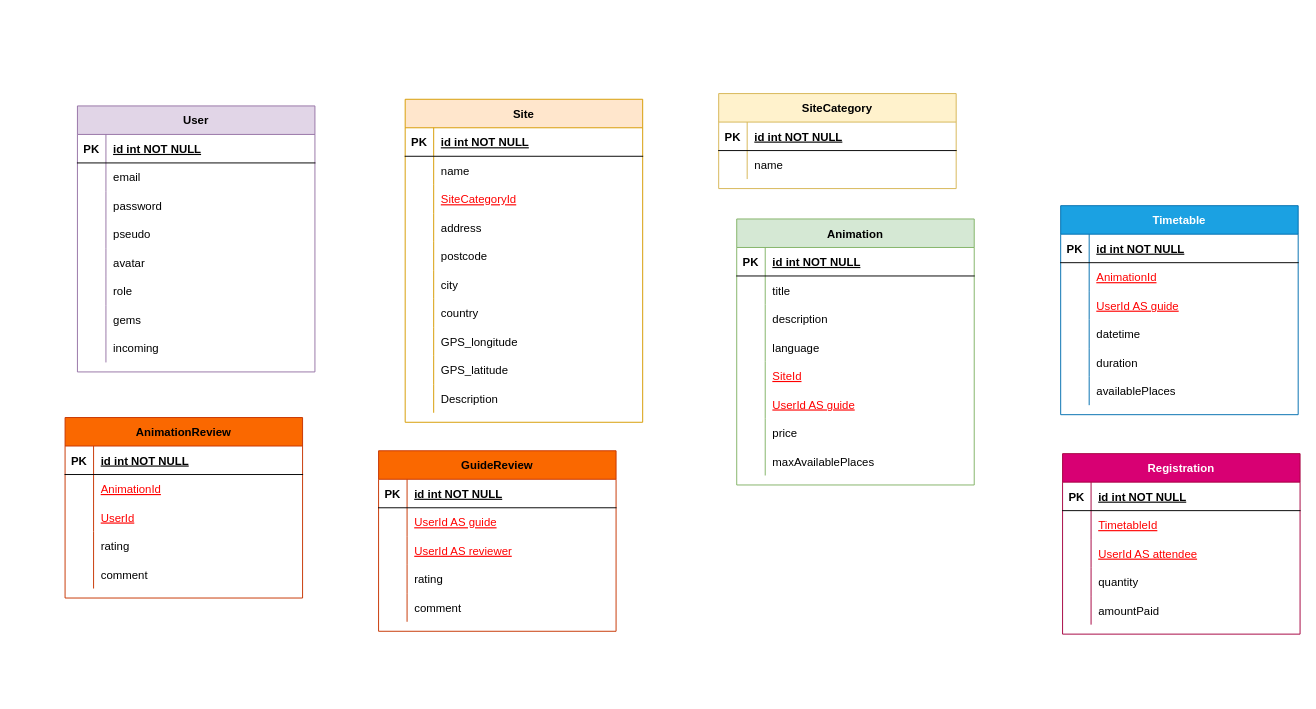
Above: ressources/Untitled Diagram.drawio in DuboisCecile/Checkpoint-4-front (draw.io), before the change. Source tidied: cells renumbered, new cells numbered last; positions are measured from the earlier drawing's top-left corner, leaving out a move shared by most shapes. Both pictures are drawn from the tidied source at 95%, with x=0, y=0 at pixel (65, 93).
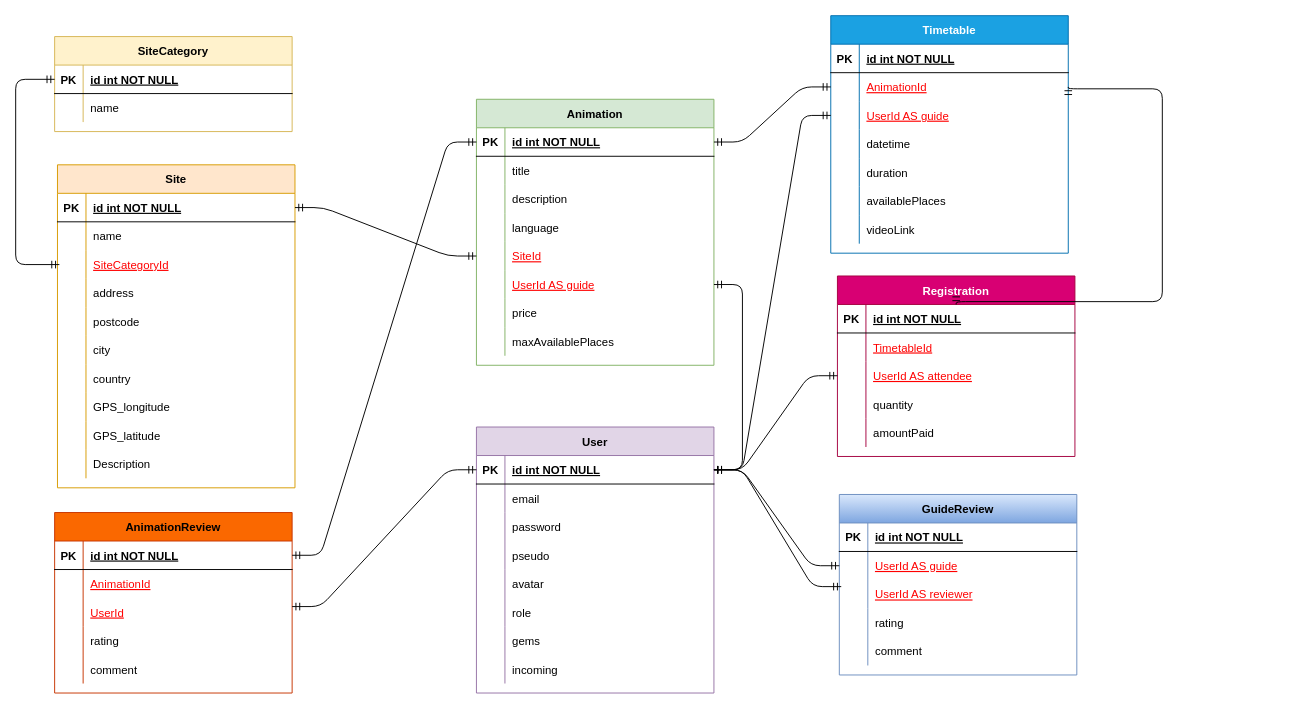
The same page after the edit.

Commit message:
Added links between tables

Unchanged cells that the change refers to:
```xml
<mxCell id="3" style="shape=partialRectangle;fillColor=none;points=[[0,0.5],[1,0.5]];portConstraint=eastwest;top=0;left=0;right=0;bottom=1;" parent="2" vertex="1">
  <mxGeometry y="30" width="250" height="30" as="geometry" />
</mxCell>
<mxCell id="28" style="shape=partialRectangle;fillColor=none;points=[[0,0.5],[1,0.5]];portConstraint=eastwest;top=0;left=0;right=0;bottom=1;" parent="27" vertex="1">
  <mxGeometry y="30" width="250" height="30" as="geometry" />
</mxCell>
<mxCell id="34" style="shape=partialRectangle;fillColor=none;top=0;left=0;bottom=0;right=0;points=[[0,0.5],[1,0.5]];portConstraint=eastwest;" parent="27" vertex="1">
  <mxGeometry y="90" width="250" height="30" as="geometry" />
</mxCell>
<mxCell id="59" style="shape=partialRectangle;fillColor=none;points=[[0,0.5],[1,0.5]];portConstraint=eastwest;top=0;left=0;right=0;bottom=1;" parent="58" vertex="1">
  <mxGeometry y="30" width="250" height="30" as="geometry" />
</mxCell>
<mxCell id="66" style="shape=partialRectangle;fillColor=none;points=[[0,0.5],[1,0.5]];portConstraint=eastwest;top=0;left=0;right=0;bottom=1;" parent="65" vertex="1">
  <mxGeometry y="30" width="250" height="30" as="geometry" />
</mxCell>
<mxCell id="78" style="shape=partialRectangle;fillColor=none;top=0;left=0;bottom=0;right=0;points=[[0,0.5],[1,0.5]];portConstraint=eastwest;" parent="65" vertex="1">
  <mxGeometry y="150" width="250" height="30" as="geometry" />
</mxCell>
<mxCell id="81" style="shape=partialRectangle;fillColor=none;top=0;left=0;bottom=0;right=0;points=[[0,0.5],[1,0.5]];portConstraint=eastwest;" parent="65" vertex="1">
  <mxGeometry y="180" width="250" height="30" as="geometry" />
</mxCell>
<mxCell id="94" style="shape=partialRectangle;fillColor=none;top=0;left=0;bottom=0;right=0;points=[[0,0.5],[1,0.5]];portConstraint=eastwest;" parent="90" vertex="1">
  <mxGeometry y="60" width="250" height="30" as="geometry" />
</mxCell>
<mxCell id="97" style="shape=partialRectangle;fillColor=none;top=0;left=0;bottom=0;right=0;points=[[0,0.5],[1,0.5]];portConstraint=eastwest;" parent="90" vertex="1">
  <mxGeometry y="90" width="250" height="30" as="geometry" />
</mxCell>
<mxCell id="110" style="shape=partialRectangle;fillColor=none;points=[[0,0.5],[1,0.5]];portConstraint=eastwest;top=0;left=0;right=0;bottom=1;" parent="109" vertex="1">
  <mxGeometry y="30" width="250" height="30" as="geometry" />
</mxCell>
<mxCell id="116" style="shape=partialRectangle;fillColor=none;top=0;left=0;bottom=0;right=0;points=[[0,0.5],[1,0.5]];portConstraint=eastwest;" parent="109" vertex="1">
  <mxGeometry y="90" width="250" height="30" as="geometry" />
</mxCell>
<mxCell id="126" style="shape=partialRectangle;fillColor=none;points=[[0,0.5],[1,0.5]];portConstraint=eastwest;top=0;left=0;right=0;bottom=1;" parent="125" vertex="1">
  <mxGeometry y="30" width="250" height="30" as="geometry" />
</mxCell>
<mxCell id="132" style="shape=partialRectangle;fillColor=none;top=0;left=0;bottom=0;right=0;points=[[0,0.5],[1,0.5]];portConstraint=eastwest;" parent="125" vertex="1">
  <mxGeometry y="90" width="250" height="30" as="geometry" />
</mxCell>
<mxCell id="145" style="shape=partialRectangle;fillColor=none;top=0;left=0;bottom=0;right=0;points=[[0,0.5],[1,0.5]];portConstraint=eastwest;" parent="141" vertex="1">
  <mxGeometry y="60" width="250" height="30" as="geometry" />
</mxCell>
<mxCell id="148" style="shape=partialRectangle;fillColor=none;top=0;left=0;bottom=0;right=0;points=[[0,0.5],[1,0.5]];portConstraint=eastwest;" parent="141" vertex="1">
  <mxGeometry y="90" width="250" height="30" as="geometry" />
</mxCell>
```

What changed in the source:
```diff
@@
     <mxCell id="2" value="User" style="shape=table;startSize=30;childLayout=tableLayout;rowLines=0;fontStyle=1;align=center;fillColor=#e1d5e7;strokeColor=#9673a6;" parent="1" vertex="1">
-      <mxGeometry x="13" y="13" width="250" height="280" as="geometry" />
+      <mxGeometry x="433" y="351" width="250" height="280" as="geometry" />
     </mxCell>
@@
     <mxCell id="27" value="Site" style="shape=table;startSize=30;childLayout=tableLayout;rowLines=0;fontStyle=1;align=center;fillColor=#ffe6cc;strokeColor=#d79b00;" parent="1" vertex="1">
-      <mxGeometry x="358" y="6" width="250" height="340" as="geometry" />
+      <mxGeometry x="-8" y="75" width="250" height="340" as="geometry" />
     </mxCell>
@@
     <mxCell id="58" value="SiteCategory" style="shape=table;startSize=30;childLayout=tableLayout;rowLines=0;fontStyle=1;align=center;fillColor=#fff2cc;strokeColor=#d6b656;" parent="1" vertex="1">
-      <mxGeometry x="688" width="250" height="100" as="geometry" />
+      <mxGeometry x="-11" y="-60" width="250" height="100" as="geometry" />
     </mxCell>
@@
     <mxCell id="65" value="Animation" style="shape=table;startSize=30;childLayout=tableLayout;rowLines=0;fontStyle=1;align=center;fillColor=#d5e8d4;strokeColor=#82b366;" parent="1" vertex="1">
-      <mxGeometry x="707" y="132" width="250" height="280" as="geometry" />
+      <mxGeometry x="433" y="6" width="250" height="280" as="geometry" />
     </mxCell>
@@
     <mxCell id="90" value="Timetable" style="shape=table;startSize=30;childLayout=tableLayout;rowLines=0;fontStyle=1;align=center;fillColor=#1ba1e2;strokeColor=#006EAF;fontColor=#ffffff;" parent="1" vertex="1">
-      <mxGeometry x="1048" y="118" width="250" height="220" as="geometry" />
+      <mxGeometry x="806" y="-82" width="250" height="250" as="geometry" />
     </mxCell>
@@
+    <mxCell id="157" style="shape=partialRectangle;fillColor=none;top=0;left=0;bottom=0;right=0;" parent="90" vertex="1">
+      <mxGeometry y="210" width="250" height="30" as="geometry" />
+    </mxCell>
+    <mxCell id="158" style="shape=partialRectangle;fillColor=none;top=0;left=0;bottom=0;right=0;overflow=hidden;" parent="157" vertex="1">
+      <mxGeometry width="30" height="30" as="geometry" />
+    </mxCell>
+    <mxCell id="159" value="videoLink" style="shape=partialRectangle;fillColor=none;top=0;left=0;bottom=0;right=0;align=left;spacingLeft=6;overflow=hidden;" parent="157" vertex="1">
+      <mxGeometry x="30" width="220" height="30" as="geometry" />
+    </mxCell>
     <mxCell id="109" value="Registration" style="shape=table;startSize=30;childLayout=tableLayout;rowLines=0;fontStyle=1;align=center;fillColor=#d80073;strokeColor=#A50040;fontColor=#ffffff;" parent="1" vertex="1">
-      <mxGeometry x="1050" y="379" width="250" height="190" as="geometry" />
+      <mxGeometry x="813" y="192" width="250" height="190" as="geometry" />
     </mxCell>
@@
     <mxCell id="125" value="AnimationReview" style="shape=table;startSize=30;childLayout=tableLayout;rowLines=0;fontStyle=1;align=center;fillColor=#fa6800;strokeColor=#C73500;fontColor=#000000;" parent="1" vertex="1">
-      <mxGeometry y="341" width="250" height="190" as="geometry" />
+      <mxGeometry x="-11" y="441" width="250" height="190" as="geometry" />
     </mxCell>
@@
-    <mxCell id="141" value="GuideReview" style="shape=table;startSize=30;childLayout=tableLayout;rowLines=0;fontStyle=1;align=center;fillColor=#fa6800;strokeColor=#C73500;fontColor=#000000;" parent="1" vertex="1">
-      <mxGeometry x="330" y="376" width="250" height="190" as="geometry" />
+    <mxCell id="141" value="GuideReview" style="shape=table;startSize=30;childLayout=tableLayout;rowLines=0;fontStyle=1;align=center;fillColor=#dae8fc;strokeColor=#6c8ebf;gradientColor=#7ea6e0;" parent="1" vertex="1">
+      <mxGeometry x="815" y="422" width="250" height="190" as="geometry" />
     </mxCell>
@@
+    <mxCell id="160" style="edgeStyle=orthogonalEdgeStyle;fontSize=12;html=1;endArrow=ERmandOne;startArrow=ERmandOne;fontColor=#FF0000;entryX=0.008;entryY=0.5;entryDx=0;entryDy=0;entryPerimeter=0;exitX=0;exitY=0.5;exitDx=0;exitDy=0;" parent="1" edge="1" source="59" target="34">
+      <mxGeometry relative="1" as="geometry">
+        <Array as="points">
+          <mxPoint x="-52" y="-15" />
+          <mxPoint x="-52" y="180" />
+        </Array>
+      </mxGeometry>
+    </mxCell>
+    <mxCell id="161" style="edgeStyle=entityRelationEdgeStyle;fontSize=12;html=1;endArrow=ERmandOne;startArrow=ERmandOne;fontColor=#FF0000;" parent="1" edge="1" source="78" target="28">
+      <mxGeometry relative="1" as="geometry" />
+    </mxCell>
+    <mxCell id="162" style="edgeStyle=entityRelationEdgeStyle;fontSize=12;html=1;endArrow=ERmandOne;startArrow=ERmandOne;fontColor=#FF0000;" parent="1" edge="1" source="81" target="3">
+      <mxGeometry relative="1" as="geometry" />
+    </mxCell>
+    <mxCell id="163" style="edgeStyle=entityRelationEdgeStyle;fontSize=12;html=1;endArrow=ERmandOne;startArrow=ERmandOne;fontColor=#FF0000;exitX=1;exitY=0.3;exitDx=0;exitDy=0;exitPerimeter=0;" parent="1" edge="1" source="132" target="3">
+      <mxGeometry relative="1" as="geometry" />
+    </mxCell>
+    <mxCell id="164" style="edgeStyle=entityRelationEdgeStyle;fontSize=12;html=1;endArrow=ERmandOne;startArrow=ERmandOne;fontColor=#FF0000;entryX=0;entryY=0.5;entryDx=0;entryDy=0;" parent="1" edge="1" source="3" target="145">
+      <mxGeometry relative="1" as="geometry" />
+    </mxCell>
+    <mxCell id="165" style="edgeStyle=entityRelationEdgeStyle;fontSize=12;html=1;endArrow=ERmandOne;startArrow=ERmandOne;fontColor=#FF0000;entryX=0.008;entryY=0.233;entryDx=0;entryDy=0;entryPerimeter=0;exitX=1;exitY=0.5;exitDx=0;exitDy=0;" parent="1" edge="1" source="3" target="148">
+      <mxGeometry relative="1" as="geometry" />
+    </mxCell>
+    <mxCell id="166" style="edgeStyle=entityRelationEdgeStyle;fontSize=12;html=1;endArrow=ERmandOne;startArrow=ERmandOne;fontColor=#FF0000;" parent="1" edge="1" source="126" target="66">
+      <mxGeometry relative="1" as="geometry" />
+    </mxCell>
+    <mxCell id="167" style="edgeStyle=entityRelationEdgeStyle;fontSize=12;html=1;endArrow=ERmandOne;startArrow=ERmandOne;fontColor=#FF0000;exitX=1;exitY=0.5;exitDx=0;exitDy=0;entryX=0;entryY=0.5;entryDx=0;entryDy=0;" parent="1" edge="1" source="66" target="94">
+      <mxGeometry relative="1" as="geometry" />
+    </mxCell>
+    <mxCell id="168" style="edgeStyle=entityRelationEdgeStyle;fontSize=12;html=1;endArrow=ERmandOne;startArrow=ERmandOne;fontColor=#FF0000;" parent="1" edge="1" source="3" target="97">
+      <mxGeometry relative="1" as="geometry" />
+    </mxCell>
+    <mxCell id="169" style="edgeStyle=entityRelationEdgeStyle;fontSize=12;html=1;endArrow=ERmandOne;startArrow=ERmandOne;fontColor=#FF0000;entryX=0;entryY=0.5;entryDx=0;entryDy=0;" parent="1" edge="1" source="3" target="116">
+      <mxGeometry relative="1" as="geometry" />
+    </mxCell>
+    <mxCell id="170" style="edgeStyle=orthogonalEdgeStyle;fontSize=12;html=1;endArrow=ERmandOne;startArrow=ERmandOne;fontColor=#FF0000;exitX=1;exitY=0.5;exitDx=0;exitDy=0;" parent="1" edge="1" source="94" target="110">
+      <mxGeometry relative="1" as="geometry">
+        <Array as="points">
+          <mxPoint x="1056" y="-5" />
+          <mxPoint x="1155" y="-5" />
+          <mxPoint x="1155" y="219" />
+        </Array>
+      </mxGeometry>
+    </mxCell>
```
